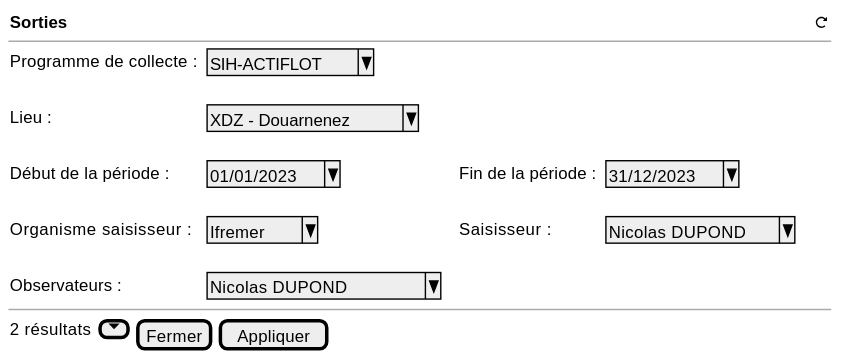
The PlantUML diagram projects/obsvente/spe/images/obsvente-table-filters.svg in sumaris-net/sumaris-doc, before a commit. The source it was exported from:
```plantuml
@startsalt
{

  {<b>Sorties                                                                                                                                                                                  <&reload>}
   --

    {
        Programme de collecte : | . | ^ SIH-ACTIFLOT^
        .
        Lieu : | . | ^ XDZ - Douarnenez^
        .
        Début de la période : | . | ^01/01/2023^ | . | . | Fin de la période : | . | ^31/12/2023^
        .
        Organisme saisisseur :   | . | ^ Ifremer^ |  . | . | Saisisseur :   | . | ^ Nicolas DUPOND^
        .
        Observateurs : | . | ^ Nicolas DUPOND    ^

    }

  --
  {2 résultats  {}[<&caret-bottom>] | [Fermer] | [Appliquer]}}
}
@endsalt
```
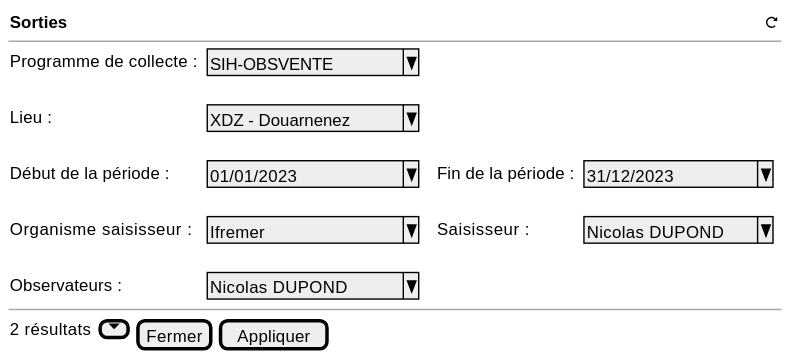
The same file after the commit.

Diff of the diagram source:
```diff
@@ -1,19 +1,19 @@
 @startsalt
 {
 
-  {<b>Sorties                                                                                                                                                                                  <&reload>}
+  {<b>Sorties                                                                                                                                                                      <&reload>}
    --
 
     {
-        Programme de collecte : | . | ^ SIH-ACTIFLOT^
+        Programme de collecte : | . | ^ SIH-OBSVENTE    ^
         .
         Lieu : | . | ^ XDZ - Douarnenez^
         .
-        Début de la période : | . | ^01/01/2023^ | . | . | Fin de la période : | . | ^31/12/2023^
+        Début de la période : | . | ^01/01/2023       ^ | . | . | Fin de la période : | . | ^31/12/2023     ^
         .
-        Organisme saisisseur :   | . | ^ Ifremer^ |  . | . | Saisisseur :   | . | ^ Nicolas DUPOND^
+        Organisme saisisseur :   | . | ^ Ifremer         ^ |  . | . | Saisisseur :   | . | ^ Nicolas DUPOND^
         .
-        Observateurs : | . | ^ Nicolas DUPOND    ^
+        Observateurs : | . | ^ Nicolas DUPOND  ^
 
     }
 
```
